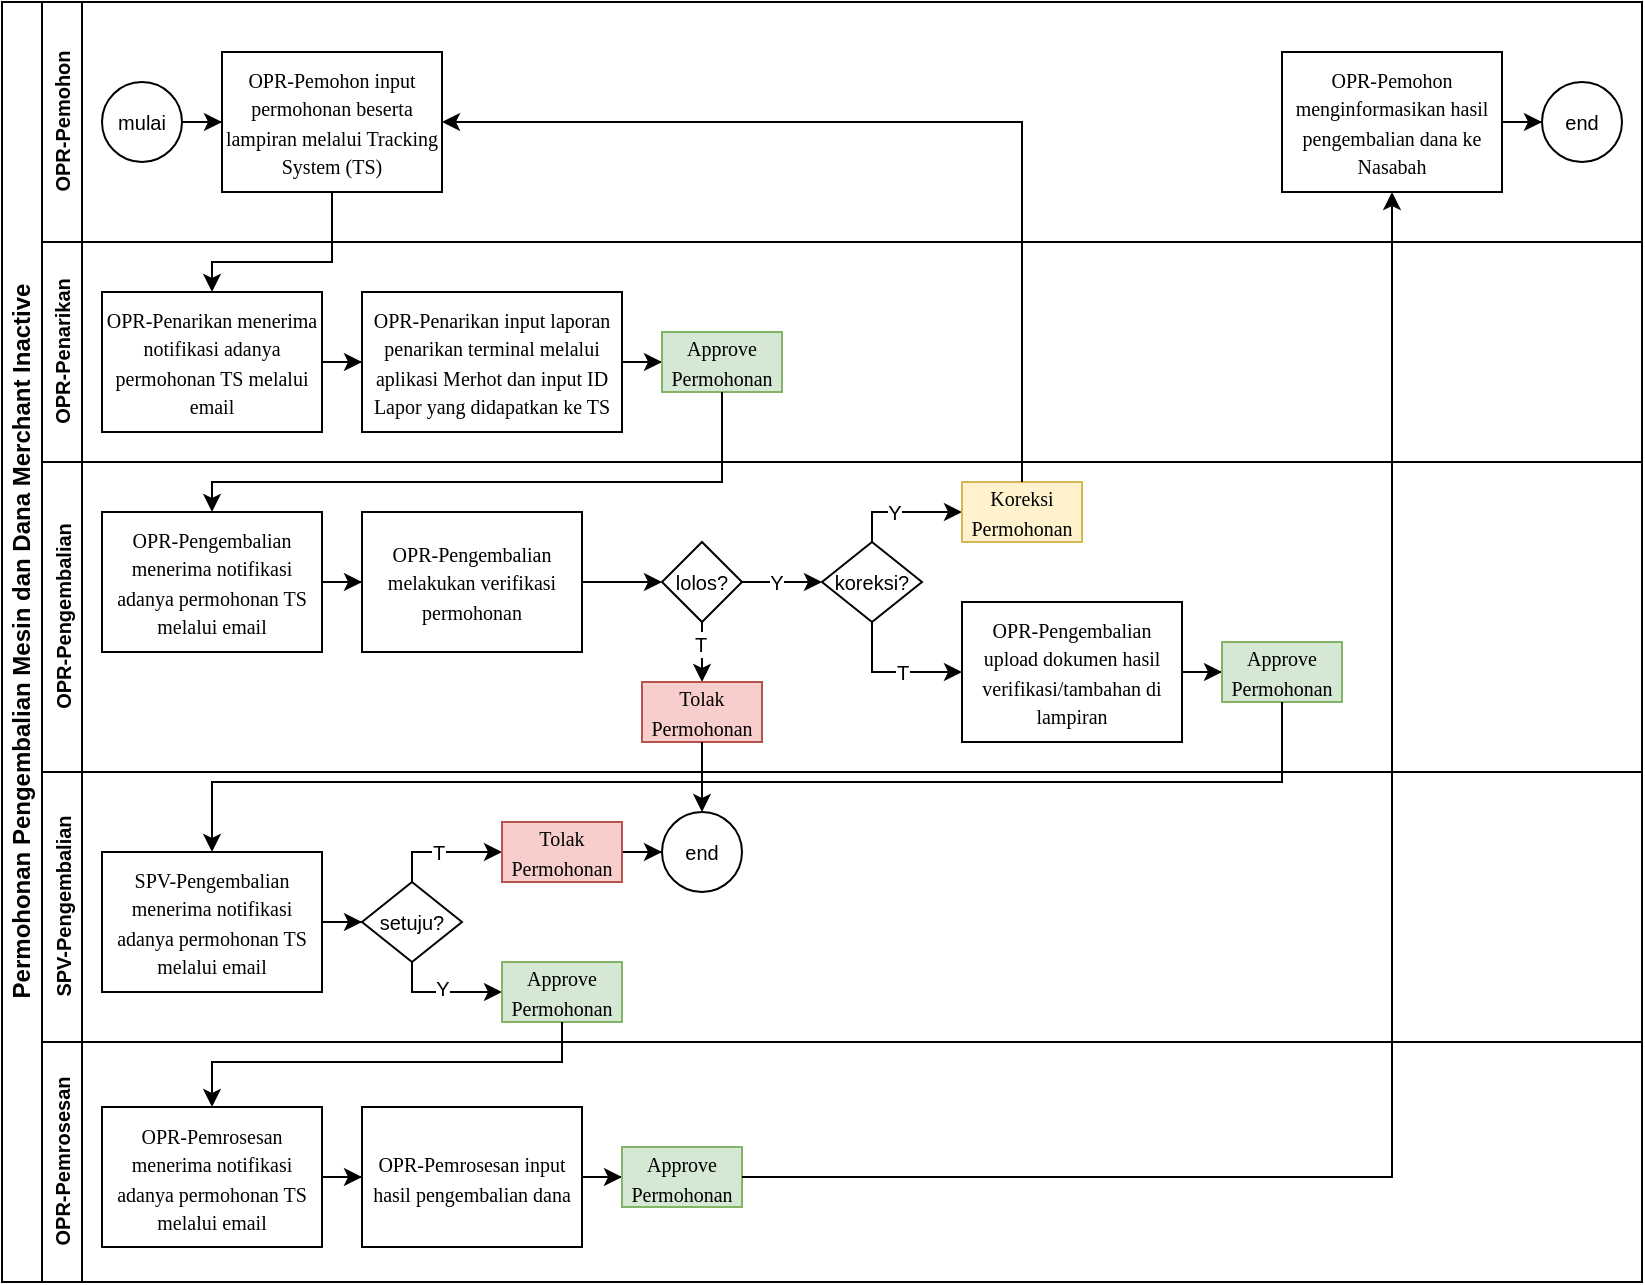
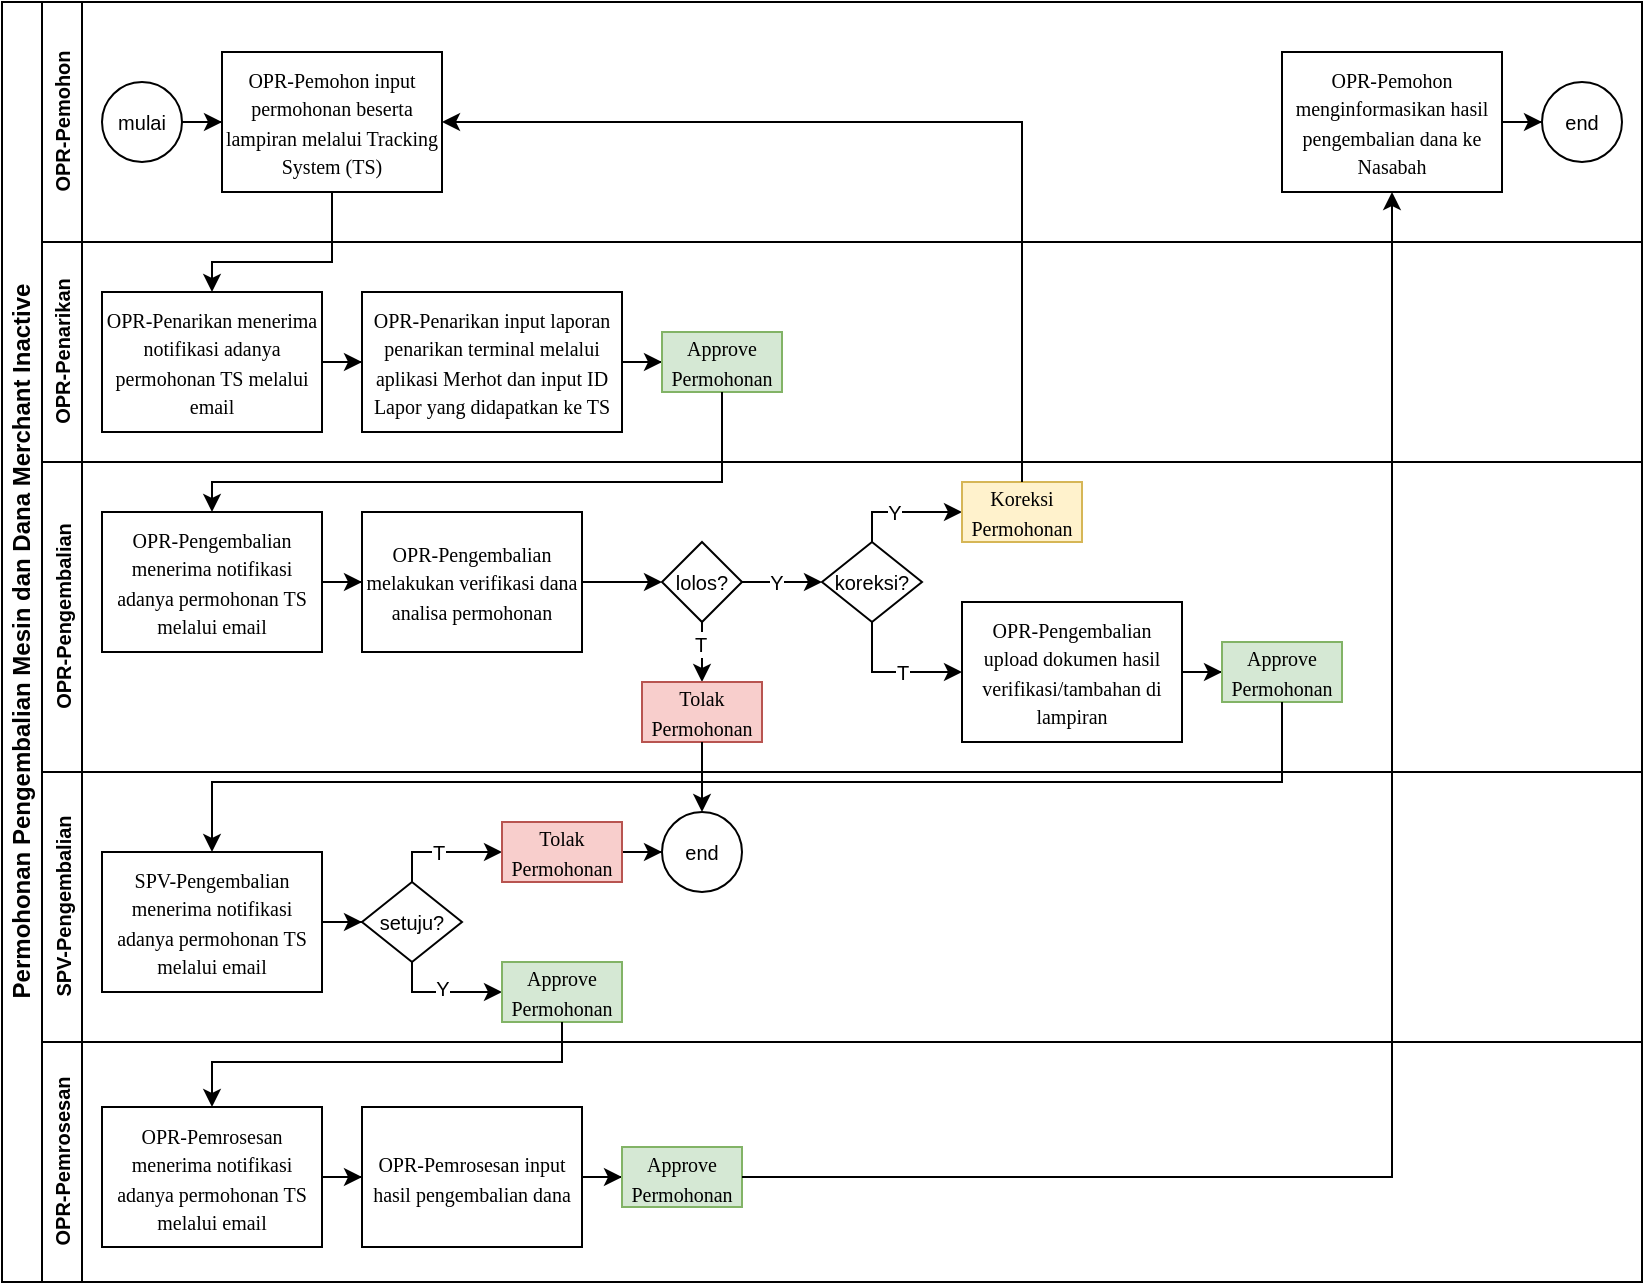
<mxfile host="app.diagrams.net" agent="Mozilla/5.0 (Windows NT 10.0; Win64; x64) AppleWebKit/537.36 (KHTML, like Gecko) Chrome/126.0.0.0 Safari/537.36">
  <diagram id="prtHgNgQTEPvFCAcTncT" name="Page-1">
-     <mxGraphModel dx="1191" dy="765" grid="1" gridSize="10" guides="1" tooltips="1" connect="1" arrows="1" fold="1" page="1" pageScale="1" pageWidth="827" pageHeight="1169" math="0" shadow="0">
+     <mxGraphModel dx="1290" dy="828" grid="1" gridSize="10" guides="1" tooltips="1" connect="1" arrows="1" fold="1" page="1" pageScale="1" pageWidth="827" pageHeight="1169" math="0" shadow="0">
      <root>
        <mxCell id="0" />
        <mxCell id="1" parent="0" />
        <mxCell id="dNxyNK7c78bLwvsdeMH5-19" parent="1" style="swimlane;html=1;childLayout=stackLayout;resizeParent=1;resizeParentMax=0;horizontal=0;startSize=20;horizontalStack=0;" value="Permohonan Pengembalian Mesin dan Dana Merchant Inactive" vertex="1">
          <mxGeometry height="640" width="820" x="120" y="120" as="geometry" />
        </mxCell>
        <mxCell id="dNxyNK7c78bLwvsdeMH5-20" parent="dNxyNK7c78bLwvsdeMH5-19" style="swimlane;html=1;startSize=20;horizontal=0;" value="&lt;font style=&quot;font-size: 10px;&quot;&gt;OPR-Pemohon&lt;/font&gt;" vertex="1">
          <mxGeometry height="120" width="800" x="20" as="geometry" />
        </mxCell>
        <mxCell id="dNxyNK7c78bLwvsdeMH5-25" edge="1" parent="dNxyNK7c78bLwvsdeMH5-20" source="dNxyNK7c78bLwvsdeMH5-23" style="edgeStyle=orthogonalEdgeStyle;rounded=0;orthogonalLoop=1;jettySize=auto;html=1;" target="dNxyNK7c78bLwvsdeMH5-24" value="">
          <mxGeometry relative="1" as="geometry" />
        </mxCell>
        <mxCell id="dNxyNK7c78bLwvsdeMH5-23" parent="dNxyNK7c78bLwvsdeMH5-20" style="ellipse;whiteSpace=wrap;html=1;" value="&lt;font style=&quot;font-size: 10px;&quot;&gt;mulai&lt;/font&gt;" vertex="1">
          <mxGeometry height="40" width="40" x="30" y="40" as="geometry" />
        </mxCell>
        <mxCell id="dNxyNK7c78bLwvsdeMH5-24" parent="dNxyNK7c78bLwvsdeMH5-20" style="rounded=0;whiteSpace=wrap;html=1;fontFamily=Helvetica;fontSize=12;fontColor=#000000;align=center;" value="&lt;p style=&quot;margin-top: 0pt; margin-bottom: 0pt; margin-left: 0in; text-indent: 0in;&quot;&gt;&lt;font face=&quot;Calibri&quot;&gt;&lt;span style=&quot;font-size: 10px;&quot;&gt;OPR-Pemohon input permohonan beserta lampiran melalui Tracking System (TS)&lt;/span&gt;&lt;/font&gt;&lt;/p&gt;" vertex="1">
          <mxGeometry height="70" width="110" x="90" y="25" as="geometry" />
        </mxCell>
        <mxCell id="cNa4_kytHo1qc1b3MSUK-22" parent="dNxyNK7c78bLwvsdeMH5-20" style="rounded=0;whiteSpace=wrap;html=1;fontFamily=Helvetica;fontSize=12;fontColor=#000000;align=center;" value="&lt;p style=&quot;margin-top: 0pt; margin-bottom: 0pt; margin-left: 0in; text-indent: 0in;&quot;&gt;&lt;font face=&quot;Calibri&quot;&gt;&lt;span style=&quot;font-size: 10px;&quot;&gt;OPR-Pemohon menginformasikan hasil pengembalian dana ke Nasabah&lt;/span&gt;&lt;/font&gt;&lt;/p&gt;" vertex="1">
          <mxGeometry height="70" width="110" x="620" y="25" as="geometry" />
        </mxCell>
        <mxCell id="NBJxpP88fzu-h1vcubgM-2" edge="1" parent="dNxyNK7c78bLwvsdeMH5-19" source="dNxyNK7c78bLwvsdeMH5-24" style="edgeStyle=orthogonalEdgeStyle;rounded=0;orthogonalLoop=1;jettySize=auto;html=1;" target="NBJxpP88fzu-h1vcubgM-1">
          <mxGeometry relative="1" as="geometry">
            <Array as="points">
              <mxPoint x="165" y="130" />
              <mxPoint x="105" y="130" />
            </Array>
          </mxGeometry>
        </mxCell>
        <mxCell id="dNxyNK7c78bLwvsdeMH5-21" parent="dNxyNK7c78bLwvsdeMH5-19" style="swimlane;html=1;startSize=20;horizontal=0;" value="&lt;font style=&quot;font-size: 10px;&quot;&gt;OPR-Penarikan&lt;/font&gt;" vertex="1">
          <mxGeometry height="110" width="800" x="20" y="120" as="geometry" />
        </mxCell>
        <mxCell id="NBJxpP88fzu-h1vcubgM-4" edge="1" parent="dNxyNK7c78bLwvsdeMH5-21" source="NBJxpP88fzu-h1vcubgM-1" style="edgeStyle=orthogonalEdgeStyle;rounded=0;orthogonalLoop=1;jettySize=auto;html=1;" target="NBJxpP88fzu-h1vcubgM-3">
          <mxGeometry relative="1" as="geometry" />
        </mxCell>
        <mxCell id="NBJxpP88fzu-h1vcubgM-1" parent="dNxyNK7c78bLwvsdeMH5-21" style="rounded=0;whiteSpace=wrap;html=1;fontFamily=Helvetica;fontSize=12;fontColor=#000000;align=center;" value="&lt;p style=&quot;margin-top: 0pt; margin-bottom: 0pt; margin-left: 0in; text-indent: 0in;&quot;&gt;&lt;font face=&quot;Calibri&quot;&gt;&lt;span style=&quot;font-size: 10px;&quot;&gt;OPR-Penarikan menerima notifikasi adanya permohonan TS melalui email&lt;/span&gt;&lt;/font&gt;&lt;/p&gt;" vertex="1">
          <mxGeometry height="70" width="110" x="30" y="25" as="geometry" />
        </mxCell>
        <mxCell id="NBJxpP88fzu-h1vcubgM-11" edge="1" parent="dNxyNK7c78bLwvsdeMH5-21" source="NBJxpP88fzu-h1vcubgM-3" style="edgeStyle=orthogonalEdgeStyle;rounded=0;orthogonalLoop=1;jettySize=auto;html=1;" target="NBJxpP88fzu-h1vcubgM-10">
          <mxGeometry relative="1" as="geometry" />
        </mxCell>
        <mxCell id="NBJxpP88fzu-h1vcubgM-3" parent="dNxyNK7c78bLwvsdeMH5-21" style="rounded=0;whiteSpace=wrap;html=1;fontFamily=Helvetica;fontSize=12;fontColor=#000000;align=center;" value="&lt;p style=&quot;margin-top: 0pt; margin-bottom: 0pt; margin-left: 0in; text-indent: 0in;&quot;&gt;&lt;font face=&quot;Calibri&quot;&gt;&lt;span style=&quot;font-size: 10px;&quot;&gt;OPR-Penarikan input laporan penarikan terminal melalui aplikasi Merhot dan input ID Lapor yang didapatkan ke TS&lt;/span&gt;&lt;/font&gt;&lt;/p&gt;" vertex="1">
          <mxGeometry height="70" width="130" x="160" y="25" as="geometry" />
        </mxCell>
        <mxCell id="NBJxpP88fzu-h1vcubgM-10" parent="dNxyNK7c78bLwvsdeMH5-21" style="rounded=0;whiteSpace=wrap;html=1;fontFamily=Helvetica;fontSize=12;align=center;fillColor=#d5e8d4;strokeColor=#82b366;" value="&lt;p style=&quot;margin-top: 0pt; margin-bottom: 0pt; margin-left: 0in; text-indent: 0in;&quot;&gt;&lt;font face=&quot;Calibri&quot;&gt;&lt;span style=&quot;font-size: 10px;&quot;&gt;Approve Permohonan&lt;/span&gt;&lt;/font&gt;&lt;/p&gt;" vertex="1">
          <mxGeometry height="30" width="60" x="310" y="45" as="geometry" />
        </mxCell>
        <mxCell id="NBJxpP88fzu-h1vcubgM-14" edge="1" parent="dNxyNK7c78bLwvsdeMH5-19" source="NBJxpP88fzu-h1vcubgM-10" style="edgeStyle=orthogonalEdgeStyle;rounded=0;orthogonalLoop=1;jettySize=auto;html=1;entryX=0.5;entryY=0;entryDx=0;entryDy=0;" target="NBJxpP88fzu-h1vcubgM-12">
          <mxGeometry relative="1" as="geometry">
            <Array as="points">
              <mxPoint x="360" y="240" />
              <mxPoint x="105" y="240" />
            </Array>
          </mxGeometry>
        </mxCell>
        <mxCell id="dNxyNK7c78bLwvsdeMH5-22" parent="dNxyNK7c78bLwvsdeMH5-19" style="swimlane;html=1;startSize=20;horizontal=0;" value="&lt;font style=&quot;font-size: 10px;&quot;&gt;OPR-Pengembalian&lt;/font&gt;" vertex="1">
          <mxGeometry height="155" width="800" x="20" y="230" as="geometry" />
        </mxCell>
        <mxCell id="NBJxpP88fzu-h1vcubgM-34" edge="1" parent="dNxyNK7c78bLwvsdeMH5-22" source="NBJxpP88fzu-h1vcubgM-12" style="edgeStyle=orthogonalEdgeStyle;rounded=0;orthogonalLoop=1;jettySize=auto;html=1;entryX=0;entryY=0.5;entryDx=0;entryDy=0;" target="NBJxpP88fzu-h1vcubgM-33">
          <mxGeometry relative="1" as="geometry" />
        </mxCell>
        <mxCell id="NBJxpP88fzu-h1vcubgM-12" parent="dNxyNK7c78bLwvsdeMH5-22" style="rounded=0;whiteSpace=wrap;html=1;fontFamily=Helvetica;fontSize=12;fontColor=#000000;align=center;" value="&lt;p style=&quot;margin-top: 0pt; margin-bottom: 0pt; margin-left: 0in; text-indent: 0in;&quot;&gt;&lt;font face=&quot;Calibri&quot;&gt;&lt;span style=&quot;font-size: 10px;&quot;&gt;OPR-Pengembalian menerima notifikasi adanya permohonan TS melalui email&lt;/span&gt;&lt;/font&gt;&lt;/p&gt;" vertex="1">
          <mxGeometry height="70" width="110" x="30" y="25" as="geometry" />
        </mxCell>
        <mxCell id="NBJxpP88fzu-h1vcubgM-35" edge="1" parent="dNxyNK7c78bLwvsdeMH5-22" source="NBJxpP88fzu-h1vcubgM-33" style="edgeStyle=orthogonalEdgeStyle;rounded=0;orthogonalLoop=1;jettySize=auto;html=1;entryX=0;entryY=0.5;entryDx=0;entryDy=0;" target="dNxyNK7c78bLwvsdeMH5-28">
          <mxGeometry relative="1" as="geometry" />
        </mxCell>
-         <mxCell id="NBJxpP88fzu-h1vcubgM-33" parent="dNxyNK7c78bLwvsdeMH5-22" style="rounded=0;whiteSpace=wrap;html=1;fontFamily=Helvetica;fontSize=12;fontColor=#000000;align=center;" value="&lt;p style=&quot;margin-top: 0pt; margin-bottom: 0pt; margin-left: 0in; text-indent: 0in;&quot;&gt;&lt;font face=&quot;Calibri&quot;&gt;&lt;span style=&quot;font-size: 10px;&quot;&gt;OPR-Pengembalian melakukan verifikasi permohonan&lt;/span&gt;&lt;/font&gt;&lt;/p&gt;" vertex="1">
+         <mxCell id="NBJxpP88fzu-h1vcubgM-33" parent="dNxyNK7c78bLwvsdeMH5-22" style="rounded=0;whiteSpace=wrap;html=1;fontFamily=Helvetica;fontSize=12;fontColor=#000000;align=center;" value="&lt;p style=&quot;margin-top: 0pt; margin-bottom: 0pt; margin-left: 0in; text-indent: 0in;&quot;&gt;&lt;font face=&quot;Calibri&quot;&gt;&lt;span style=&quot;font-size: 10px;&quot;&gt;OPR-Pengembalian melakukan verifikasi dana analisa permohonan&lt;/span&gt;&lt;/font&gt;&lt;/p&gt;" vertex="1">
          <mxGeometry height="70" width="110" x="160" y="25" as="geometry" />
        </mxCell>
        <mxCell id="NBJxpP88fzu-h1vcubgM-38" edge="1" parent="dNxyNK7c78bLwvsdeMH5-22" source="dNxyNK7c78bLwvsdeMH5-28" style="edgeStyle=orthogonalEdgeStyle;rounded=0;orthogonalLoop=1;jettySize=auto;html=1;entryX=0;entryY=0.5;entryDx=0;entryDy=0;" target="NBJxpP88fzu-h1vcubgM-48">
          <mxGeometry relative="1" as="geometry" />
        </mxCell>
        <mxCell id="NBJxpP88fzu-h1vcubgM-49" connectable="0" parent="NBJxpP88fzu-h1vcubgM-38" style="edgeLabel;html=1;align=center;verticalAlign=middle;resizable=0;points=[];" value="&lt;font style=&quot;font-size: 10px;&quot;&gt;Y&lt;/font&gt;" vertex="1">
          <mxGeometry relative="1" x="-0.1633" as="geometry">
            <mxPoint as="offset" />
          </mxGeometry>
        </mxCell>
        <mxCell id="NBJxpP88fzu-h1vcubgM-50" edge="1" parent="dNxyNK7c78bLwvsdeMH5-22" source="dNxyNK7c78bLwvsdeMH5-28" style="edgeStyle=orthogonalEdgeStyle;rounded=0;orthogonalLoop=1;jettySize=auto;html=1;entryX=0.5;entryY=0;entryDx=0;entryDy=0;" target="NBJxpP88fzu-h1vcubgM-37">
          <mxGeometry relative="1" as="geometry" />
        </mxCell>
        <mxCell id="NBJxpP88fzu-h1vcubgM-54" connectable="0" parent="NBJxpP88fzu-h1vcubgM-50" style="edgeLabel;html=1;align=center;verticalAlign=middle;resizable=0;points=[];" value="&lt;font style=&quot;font-size: 10px;&quot;&gt;T&lt;/font&gt;" vertex="1">
          <mxGeometry relative="1" x="0.2388" y="-1" as="geometry">
            <mxPoint as="offset" />
          </mxGeometry>
        </mxCell>
        <mxCell id="dNxyNK7c78bLwvsdeMH5-28" parent="dNxyNK7c78bLwvsdeMH5-22" style="rhombus;whiteSpace=wrap;html=1;fontFamily=Helvetica;fontSize=12;fontColor=#000000;align=center;" value="&lt;font style=&quot;font-size: 10px;&quot;&gt;lolos?&lt;/font&gt;" vertex="1">
          <mxGeometry height="40" width="40" x="310" y="40" as="geometry" />
        </mxCell>
        <mxCell id="NBJxpP88fzu-h1vcubgM-37" parent="dNxyNK7c78bLwvsdeMH5-22" style="rounded=0;whiteSpace=wrap;html=1;fontFamily=Helvetica;fontSize=12;align=center;fillColor=#f8cecc;strokeColor=#b85450;" value="&lt;p style=&quot;margin-top: 0pt; margin-bottom: 0pt; margin-left: 0in; text-indent: 0in;&quot;&gt;&lt;font face=&quot;Calibri&quot;&gt;&lt;span style=&quot;font-size: 10px;&quot;&gt;Tolak Permohonan&lt;/span&gt;&lt;/font&gt;&lt;/p&gt;" vertex="1">
          <mxGeometry height="30" width="60" x="300" y="110" as="geometry" />
        </mxCell>
        <mxCell id="NBJxpP88fzu-h1vcubgM-55" edge="1" parent="dNxyNK7c78bLwvsdeMH5-22" source="NBJxpP88fzu-h1vcubgM-48" style="edgeStyle=orthogonalEdgeStyle;rounded=0;orthogonalLoop=1;jettySize=auto;html=1;entryX=0;entryY=0.5;entryDx=0;entryDy=0;exitX=0.5;exitY=0;exitDx=0;exitDy=0;" target="NBJxpP88fzu-h1vcubgM-46">
          <mxGeometry relative="1" as="geometry">
            <Array as="points">
              <mxPoint x="415" y="25" />
            </Array>
          </mxGeometry>
        </mxCell>
        <mxCell id="NBJxpP88fzu-h1vcubgM-56" connectable="0" parent="NBJxpP88fzu-h1vcubgM-55" style="edgeLabel;html=1;align=center;verticalAlign=middle;resizable=0;points=[];" value="&lt;font style=&quot;font-size: 10px;&quot;&gt;Y&lt;/font&gt;" vertex="1">
          <mxGeometry relative="1" x="-0.1288" y="-2" as="geometry">
            <mxPoint y="-2" as="offset" />
          </mxGeometry>
        </mxCell>
        <mxCell id="NBJxpP88fzu-h1vcubgM-59" edge="1" parent="dNxyNK7c78bLwvsdeMH5-22" source="NBJxpP88fzu-h1vcubgM-48" style="edgeStyle=orthogonalEdgeStyle;rounded=0;orthogonalLoop=1;jettySize=auto;html=1;entryX=0;entryY=0.5;entryDx=0;entryDy=0;exitX=0.5;exitY=1;exitDx=0;exitDy=0;" target="NBJxpP88fzu-h1vcubgM-61">
          <mxGeometry relative="1" as="geometry" />
        </mxCell>
        <mxCell id="NBJxpP88fzu-h1vcubgM-60" connectable="0" parent="NBJxpP88fzu-h1vcubgM-59" style="edgeLabel;html=1;align=center;verticalAlign=middle;resizable=0;points=[];" value="&lt;font style=&quot;font-size: 10px;&quot;&gt;T&lt;/font&gt;" vertex="1">
          <mxGeometry relative="1" x="-0.7527" y="-2" as="geometry">
            <mxPoint x="17" y="16" as="offset" />
          </mxGeometry>
        </mxCell>
        <mxCell id="NBJxpP88fzu-h1vcubgM-48" parent="dNxyNK7c78bLwvsdeMH5-22" style="rhombus;whiteSpace=wrap;html=1;fontFamily=Helvetica;fontSize=12;fontColor=#000000;align=center;" value="&lt;font style=&quot;font-size: 10px;&quot;&gt;koreksi?&lt;/font&gt;" vertex="1">
          <mxGeometry height="40" width="50" x="390" y="40" as="geometry" />
        </mxCell>
        <mxCell id="NBJxpP88fzu-h1vcubgM-46" parent="dNxyNK7c78bLwvsdeMH5-22" style="rounded=0;whiteSpace=wrap;html=1;fontFamily=Helvetica;fontSize=12;align=center;fillColor=#fff2cc;strokeColor=#d6b656;" value="&lt;p style=&quot;margin-top: 0pt; margin-bottom: 0pt; margin-left: 0in; text-indent: 0in;&quot;&gt;&lt;font face=&quot;Calibri&quot;&gt;&lt;span style=&quot;font-size: 10px;&quot;&gt;Koreksi Permohonan&lt;/span&gt;&lt;/font&gt;&lt;/p&gt;" vertex="1">
          <mxGeometry height="30" width="60" x="460" y="10" as="geometry" />
        </mxCell>
        <mxCell id="NBJxpP88fzu-h1vcubgM-62" edge="1" parent="dNxyNK7c78bLwvsdeMH5-22" source="NBJxpP88fzu-h1vcubgM-61" style="edgeStyle=orthogonalEdgeStyle;rounded=0;orthogonalLoop=1;jettySize=auto;html=1;entryX=0;entryY=0.5;entryDx=0;entryDy=0;" target="NBJxpP88fzu-h1vcubgM-58">
          <mxGeometry relative="1" as="geometry" />
        </mxCell>
        <mxCell id="NBJxpP88fzu-h1vcubgM-61" parent="dNxyNK7c78bLwvsdeMH5-22" style="rounded=0;whiteSpace=wrap;html=1;fontFamily=Helvetica;fontSize=12;fontColor=#000000;align=center;" value="&lt;p style=&quot;margin-top: 0pt; margin-bottom: 0pt; margin-left: 0in; text-indent: 0in;&quot;&gt;&lt;font face=&quot;Calibri&quot;&gt;&lt;span style=&quot;font-size: 10px;&quot;&gt;OPR-Pengembalian upload dokumen hasil verifikasi/tambahan di lampiran&lt;/span&gt;&lt;/font&gt;&lt;/p&gt;" vertex="1">
          <mxGeometry height="70" width="110" x="460" y="70" as="geometry" />
        </mxCell>
        <mxCell id="NBJxpP88fzu-h1vcubgM-58" parent="dNxyNK7c78bLwvsdeMH5-22" style="rounded=0;whiteSpace=wrap;html=1;fontFamily=Helvetica;fontSize=12;align=center;fillColor=#d5e8d4;strokeColor=#82b366;" value="&lt;p style=&quot;margin-top: 0pt; margin-bottom: 0pt; margin-left: 0in; text-indent: 0in;&quot;&gt;&lt;font face=&quot;Calibri&quot;&gt;&lt;span style=&quot;font-size: 10px;&quot;&gt;Approve Permohonan&lt;/span&gt;&lt;/font&gt;&lt;/p&gt;" vertex="1">
          <mxGeometry height="30" width="60" x="590" y="90" as="geometry" />
        </mxCell>
        <mxCell id="NBJxpP88fzu-h1vcubgM-57" edge="1" parent="dNxyNK7c78bLwvsdeMH5-19" source="NBJxpP88fzu-h1vcubgM-46" style="edgeStyle=orthogonalEdgeStyle;rounded=0;orthogonalLoop=1;jettySize=auto;html=1;entryX=1;entryY=0.5;entryDx=0;entryDy=0;exitX=0.5;exitY=0;exitDx=0;exitDy=0;" target="dNxyNK7c78bLwvsdeMH5-24">
          <mxGeometry relative="1" as="geometry">
            <Array as="points">
              <mxPoint x="510" y="60" />
            </Array>
          </mxGeometry>
        </mxCell>
        <mxCell id="NBJxpP88fzu-h1vcubgM-64" edge="1" parent="dNxyNK7c78bLwvsdeMH5-19" source="NBJxpP88fzu-h1vcubgM-58" style="edgeStyle=orthogonalEdgeStyle;rounded=0;orthogonalLoop=1;jettySize=auto;html=1;exitX=0.5;exitY=1;exitDx=0;exitDy=0;" target="NBJxpP88fzu-h1vcubgM-63">
          <mxGeometry relative="1" as="geometry">
            <Array as="points">
              <mxPoint x="640" y="390" />
              <mxPoint x="105" y="390" />
            </Array>
          </mxGeometry>
        </mxCell>
        <mxCell id="cNa4_kytHo1qc1b3MSUK-1" edge="1" parent="dNxyNK7c78bLwvsdeMH5-19" source="NBJxpP88fzu-h1vcubgM-37" style="edgeStyle=orthogonalEdgeStyle;rounded=0;orthogonalLoop=1;jettySize=auto;html=1;" target="dNxyNK7c78bLwvsdeMH5-32">
          <mxGeometry relative="1" as="geometry">
            <mxPoint x="350" y="390" as="targetPoint" />
          </mxGeometry>
        </mxCell>
        <mxCell id="NBJxpP88fzu-h1vcubgM-39" parent="dNxyNK7c78bLwvsdeMH5-19" style="swimlane;html=1;startSize=20;horizontal=0;" value="&lt;font style=&quot;font-size: 10px;&quot;&gt;SPV-Pengembalian&lt;/font&gt;" vertex="1">
          <mxGeometry height="135" width="800" x="20" y="385" as="geometry" />
        </mxCell>
        <mxCell id="NBJxpP88fzu-h1vcubgM-68" edge="1" parent="NBJxpP88fzu-h1vcubgM-39" source="NBJxpP88fzu-h1vcubgM-63" style="edgeStyle=orthogonalEdgeStyle;rounded=0;orthogonalLoop=1;jettySize=auto;html=1;entryX=0;entryY=0.5;entryDx=0;entryDy=0;" target="NBJxpP88fzu-h1vcubgM-66">
          <mxGeometry relative="1" as="geometry" />
        </mxCell>
        <mxCell id="NBJxpP88fzu-h1vcubgM-63" parent="NBJxpP88fzu-h1vcubgM-39" style="rounded=0;whiteSpace=wrap;html=1;fontFamily=Helvetica;fontSize=12;fontColor=#000000;align=center;" value="&lt;p style=&quot;margin-top: 0pt; margin-bottom: 0pt; margin-left: 0in; text-indent: 0in;&quot;&gt;&lt;font face=&quot;Calibri&quot;&gt;&lt;span style=&quot;font-size: 10px;&quot;&gt;SPV-Pengembalian menerima notifikasi adanya permohonan TS melalui email&lt;/span&gt;&lt;/font&gt;&lt;/p&gt;" vertex="1">
          <mxGeometry height="70" width="110" x="30" y="40" as="geometry" />
        </mxCell>
        <mxCell id="NBJxpP88fzu-h1vcubgM-70" edge="1" parent="NBJxpP88fzu-h1vcubgM-39" source="NBJxpP88fzu-h1vcubgM-66" style="edgeStyle=orthogonalEdgeStyle;rounded=0;orthogonalLoop=1;jettySize=auto;html=1;entryX=0;entryY=0.5;entryDx=0;entryDy=0;exitX=0.5;exitY=0;exitDx=0;exitDy=0;" target="NBJxpP88fzu-h1vcubgM-69">
          <mxGeometry relative="1" as="geometry">
            <Array as="points">
              <mxPoint x="185" y="40" />
            </Array>
          </mxGeometry>
        </mxCell>
        <mxCell id="NBJxpP88fzu-h1vcubgM-74" connectable="0" parent="NBJxpP88fzu-h1vcubgM-70" style="edgeLabel;html=1;align=center;verticalAlign=middle;resizable=0;points=[];" value="&lt;span style=&quot;font-size: 10px;&quot;&gt;T&lt;/span&gt;" vertex="1">
          <mxGeometry relative="1" x="-0.0868" as="geometry">
            <mxPoint as="offset" />
          </mxGeometry>
        </mxCell>
        <mxCell id="NBJxpP88fzu-h1vcubgM-75" edge="1" parent="NBJxpP88fzu-h1vcubgM-39" source="NBJxpP88fzu-h1vcubgM-66" style="edgeStyle=orthogonalEdgeStyle;rounded=0;orthogonalLoop=1;jettySize=auto;html=1;entryX=0;entryY=0.5;entryDx=0;entryDy=0;" target="NBJxpP88fzu-h1vcubgM-71">
          <mxGeometry relative="1" as="geometry">
            <Array as="points">
              <mxPoint x="185" y="95" />
            </Array>
          </mxGeometry>
        </mxCell>
        <mxCell id="cNa4_kytHo1qc1b3MSUK-2" connectable="0" parent="NBJxpP88fzu-h1vcubgM-75" style="edgeLabel;html=1;align=center;verticalAlign=middle;resizable=0;points=[];" value="&lt;font style=&quot;font-size: 10px;&quot;&gt;Y&lt;/font&gt;" vertex="1">
          <mxGeometry relative="1" x="-0.0123" y="2" as="geometry">
            <mxPoint as="offset" />
          </mxGeometry>
        </mxCell>
        <mxCell id="NBJxpP88fzu-h1vcubgM-66" parent="NBJxpP88fzu-h1vcubgM-39" style="rhombus;whiteSpace=wrap;html=1;fontFamily=Helvetica;fontSize=12;fontColor=#000000;align=center;" value="&lt;font style=&quot;font-size: 10px;&quot;&gt;setuju?&lt;/font&gt;" vertex="1">
          <mxGeometry height="40" width="50" x="160" y="55" as="geometry" />
        </mxCell>
        <mxCell id="NBJxpP88fzu-h1vcubgM-72" edge="1" parent="NBJxpP88fzu-h1vcubgM-39" source="NBJxpP88fzu-h1vcubgM-69" style="edgeStyle=orthogonalEdgeStyle;rounded=0;orthogonalLoop=1;jettySize=auto;html=1;entryX=0;entryY=0.5;entryDx=0;entryDy=0;" target="dNxyNK7c78bLwvsdeMH5-32">
          <mxGeometry relative="1" as="geometry" />
        </mxCell>
        <mxCell id="NBJxpP88fzu-h1vcubgM-69" parent="NBJxpP88fzu-h1vcubgM-39" style="rounded=0;whiteSpace=wrap;html=1;fontFamily=Helvetica;fontSize=12;align=center;fillColor=#f8cecc;strokeColor=#b85450;" value="&lt;p style=&quot;margin-top: 0pt; margin-bottom: 0pt; margin-left: 0in; text-indent: 0in;&quot;&gt;&lt;font face=&quot;Calibri&quot;&gt;&lt;span style=&quot;font-size: 10px;&quot;&gt;Tolak Permohonan&lt;/span&gt;&lt;/font&gt;&lt;/p&gt;" vertex="1">
          <mxGeometry height="30" width="60" x="230" y="25" as="geometry" />
        </mxCell>
        <mxCell id="NBJxpP88fzu-h1vcubgM-71" parent="NBJxpP88fzu-h1vcubgM-39" style="rounded=0;whiteSpace=wrap;html=1;fontFamily=Helvetica;fontSize=12;align=center;fillColor=#d5e8d4;strokeColor=#82b366;" value="&lt;p style=&quot;margin-top: 0pt; margin-bottom: 0pt; margin-left: 0in; text-indent: 0in;&quot;&gt;&lt;font face=&quot;Calibri&quot;&gt;&lt;span style=&quot;font-size: 10px;&quot;&gt;Approve Permohonan&lt;/span&gt;&lt;/font&gt;&lt;/p&gt;" vertex="1">
          <mxGeometry height="30" width="60" x="230" y="95" as="geometry" />
        </mxCell>
        <mxCell id="dNxyNK7c78bLwvsdeMH5-32" parent="NBJxpP88fzu-h1vcubgM-39" style="ellipse;whiteSpace=wrap;html=1;" value="&lt;font style=&quot;font-size: 10px;&quot;&gt;end&lt;/font&gt;" vertex="1">
          <mxGeometry height="40" width="40" x="310" y="20" as="geometry" />
        </mxCell>
        <mxCell id="cNa4_kytHo1qc1b3MSUK-3" parent="dNxyNK7c78bLwvsdeMH5-19" style="swimlane;html=1;startSize=20;horizontal=0;" value="&lt;font style=&quot;font-size: 10px;&quot;&gt;OPR-Pemrosesan&lt;/font&gt;" vertex="1">
          <mxGeometry height="120" width="800" x="20" y="520" as="geometry" />
        </mxCell>
        <mxCell id="cNa4_kytHo1qc1b3MSUK-18" edge="1" parent="cNa4_kytHo1qc1b3MSUK-3" source="cNa4_kytHo1qc1b3MSUK-15" style="edgeStyle=orthogonalEdgeStyle;rounded=0;orthogonalLoop=1;jettySize=auto;html=1;entryX=0;entryY=0.5;entryDx=0;entryDy=0;" target="cNa4_kytHo1qc1b3MSUK-17">
          <mxGeometry relative="1" as="geometry" />
        </mxCell>
        <mxCell id="cNa4_kytHo1qc1b3MSUK-15" parent="cNa4_kytHo1qc1b3MSUK-3" style="rounded=0;whiteSpace=wrap;html=1;fontFamily=Helvetica;fontSize=12;fontColor=#000000;align=center;" value="&lt;p style=&quot;margin-top: 0pt; margin-bottom: 0pt; margin-left: 0in; text-indent: 0in;&quot;&gt;&lt;font face=&quot;Calibri&quot;&gt;&lt;span style=&quot;font-size: 10px;&quot;&gt;OPR-Pemrosesan menerima notifikasi adanya permohonan TS melalui email&lt;/span&gt;&lt;/font&gt;&lt;/p&gt;" vertex="1">
          <mxGeometry height="70" width="110" x="30" y="32.5" as="geometry" />
        </mxCell>
        <mxCell id="cNa4_kytHo1qc1b3MSUK-20" edge="1" parent="cNa4_kytHo1qc1b3MSUK-3" source="cNa4_kytHo1qc1b3MSUK-17" style="edgeStyle=orthogonalEdgeStyle;rounded=0;orthogonalLoop=1;jettySize=auto;html=1;entryX=0;entryY=0.5;entryDx=0;entryDy=0;" target="cNa4_kytHo1qc1b3MSUK-21">
          <mxGeometry relative="1" as="geometry">
            <mxPoint x="290" y="67.51999999999998" as="targetPoint" />
          </mxGeometry>
        </mxCell>
        <mxCell id="cNa4_kytHo1qc1b3MSUK-17" parent="cNa4_kytHo1qc1b3MSUK-3" style="rounded=0;whiteSpace=wrap;html=1;fontFamily=Helvetica;fontSize=12;fontColor=#000000;align=center;" value="&lt;p style=&quot;margin-top: 0pt; margin-bottom: 0pt; margin-left: 0in; text-indent: 0in;&quot;&gt;&lt;font face=&quot;Calibri&quot;&gt;&lt;span style=&quot;font-size: 10px;&quot;&gt;OPR-Pemrosesan input hasil pengembalian dana&lt;/span&gt;&lt;/font&gt;&lt;/p&gt;" vertex="1">
          <mxGeometry height="70" width="110" x="160" y="32.5" as="geometry" />
        </mxCell>
        <mxCell id="cNa4_kytHo1qc1b3MSUK-21" parent="cNa4_kytHo1qc1b3MSUK-3" style="rounded=0;whiteSpace=wrap;html=1;fontFamily=Helvetica;fontSize=12;align=center;fillColor=#d5e8d4;strokeColor=#82b366;" value="&lt;p style=&quot;margin-top: 0pt; margin-bottom: 0pt; margin-left: 0in; text-indent: 0in;&quot;&gt;&lt;font face=&quot;Calibri&quot;&gt;&lt;span style=&quot;font-size: 10px;&quot;&gt;Approve Permohonan&lt;/span&gt;&lt;/font&gt;&lt;/p&gt;" vertex="1">
          <mxGeometry height="30" width="60" x="290" y="52.5" as="geometry" />
        </mxCell>
        <mxCell id="cNa4_kytHo1qc1b3MSUK-16" edge="1" parent="dNxyNK7c78bLwvsdeMH5-19" source="NBJxpP88fzu-h1vcubgM-71" style="edgeStyle=orthogonalEdgeStyle;rounded=0;orthogonalLoop=1;jettySize=auto;html=1;entryX=0.5;entryY=0;entryDx=0;entryDy=0;" target="cNa4_kytHo1qc1b3MSUK-15">
          <mxGeometry relative="1" as="geometry">
            <Array as="points">
              <mxPoint x="280" y="530" />
              <mxPoint x="105" y="530" />
            </Array>
          </mxGeometry>
        </mxCell>
        <mxCell id="cNa4_kytHo1qc1b3MSUK-23" edge="1" parent="dNxyNK7c78bLwvsdeMH5-19" source="cNa4_kytHo1qc1b3MSUK-21" style="edgeStyle=orthogonalEdgeStyle;rounded=0;orthogonalLoop=1;jettySize=auto;html=1;entryX=0.5;entryY=1;entryDx=0;entryDy=0;" target="cNa4_kytHo1qc1b3MSUK-22">
          <mxGeometry relative="1" as="geometry" />
        </mxCell>
        <mxCell id="cNa4_kytHo1qc1b3MSUK-25" parent="1" style="ellipse;whiteSpace=wrap;html=1;" value="&lt;font style=&quot;font-size: 10px;&quot;&gt;end&lt;/font&gt;" vertex="1">
          <mxGeometry height="40" width="40" x="890" y="160" as="geometry" />
        </mxCell>
        <mxCell id="cNa4_kytHo1qc1b3MSUK-26" edge="1" parent="1" source="cNa4_kytHo1qc1b3MSUK-22" style="edgeStyle=orthogonalEdgeStyle;rounded=0;orthogonalLoop=1;jettySize=auto;html=1;entryX=0;entryY=0.5;entryDx=0;entryDy=0;" target="cNa4_kytHo1qc1b3MSUK-25">
          <mxGeometry relative="1" as="geometry" />
        </mxCell>
      </root>
    </mxGraphModel>
  </diagram>
</mxfile>
